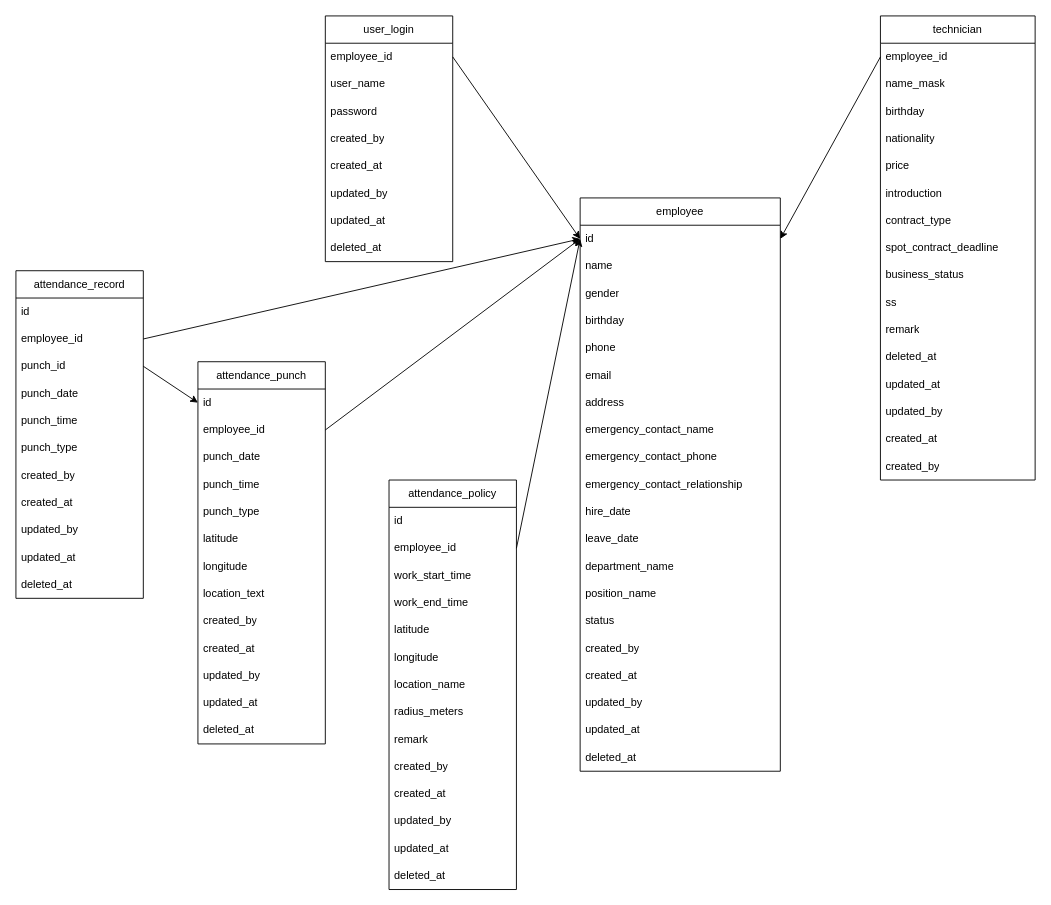
This is ER.drawio from s1991721/MatchSys, a draw.io file, before an edit. Source tidied: cells renumbered, new cells numbered last; positions are measured from the earlier drawing's top-left corner, leaving out a move shared by most shapes. Both pictures are drawn from the tidied source at 91%, with x=0, y=0 at pixel (15, 15).
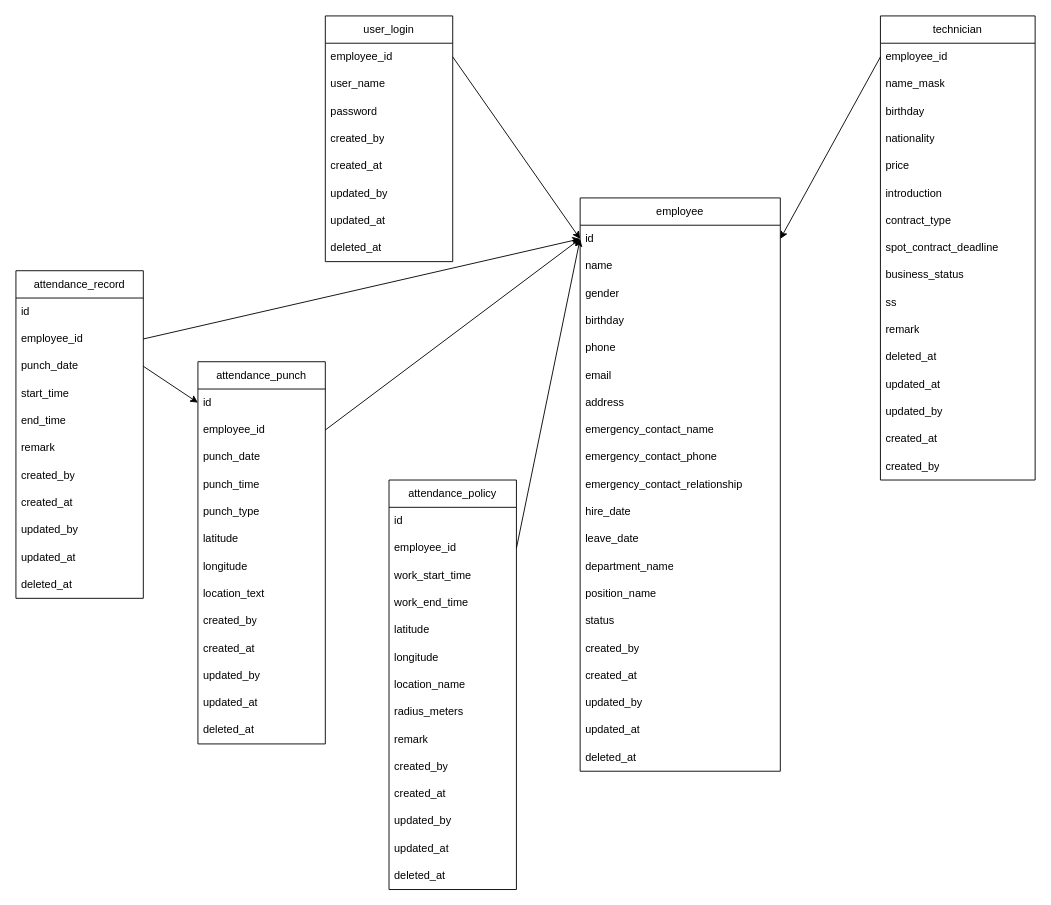
After the change.

Unchanged cells that the change refers to:
```xml
<mxCell id="52" value="id" style="text;strokeColor=none;fillColor=none;align=left;verticalAlign=middle;spacingLeft=4;spacingRight=4;overflow=hidden;points=[[0,0.5],[1,0.5]];portConstraint=eastwest;whiteSpace=wrap;html=1;" parent="51" vertex="1">
  <mxGeometry y="30" width="140" height="30" as="geometry" />
</mxCell>
<mxCell id="65" value="attendance_record" style="swimlane;fontStyle=0;horizontal=1;startSize=30;whiteSpace=wrap;html=1;" parent="1" vertex="1">
  <mxGeometry y="280" width="140" height="360" as="geometry" />
</mxCell>
```

What changed in the source:
```diff
@@
-    <mxCell id="68" value="&lt;span style=&quot;text-align: center;&quot;&gt;punch_id&lt;/span&gt;" style="text;strokeColor=none;fillColor=none;align=left;verticalAlign=middle;spacingLeft=4;spacingRight=4;overflow=hidden;points=[[0,0.5],[1,0.5]];portConstraint=eastwest;whiteSpace=wrap;html=1;" parent="65" vertex="1">
-      <mxGeometry y="90" width="140" height="30" as="geometry" />
-    </mxCell>
     <mxCell id="69" value="punch_date" style="text;strokeColor=none;fillColor=none;align=left;verticalAlign=middle;spacingLeft=4;spacingRight=4;overflow=hidden;whiteSpace=wrap;html=1;" parent="65" vertex="1">
-      <mxGeometry y="120" width="140" height="30" as="geometry" />
+      <mxGeometry y="90" width="140" height="30" as="geometry" />
     </mxCell>
-    <mxCell id="70" value="punch_time" style="text;strokeColor=none;fillColor=none;align=left;verticalAlign=middle;spacingLeft=4;spacingRight=4;overflow=hidden;whiteSpace=wrap;html=1;" parent="65" vertex="1">
-      <mxGeometry y="150" width="140" height="30" as="geometry" />
+    <mxCell id="70" value="start_time" style="text;strokeColor=none;fillColor=none;align=left;verticalAlign=middle;spacingLeft=4;spacingRight=4;overflow=hidden;whiteSpace=wrap;html=1;" parent="65" vertex="1">
+      <mxGeometry y="120" width="140" height="30" as="geometry" />
     </mxCell>
-    <mxCell id="71" value="punch_type" style="text;strokeColor=none;fillColor=none;align=left;verticalAlign=middle;spacingLeft=4;spacingRight=4;overflow=hidden;whiteSpace=wrap;html=1;" parent="65" vertex="1">
-      <mxGeometry y="180" width="140" height="30" as="geometry" />
+    <mxCell id="71" value="end_time" style="text;strokeColor=none;fillColor=none;align=left;verticalAlign=middle;spacingLeft=4;spacingRight=4;overflow=hidden;whiteSpace=wrap;html=1;" parent="65" vertex="1">
+      <mxGeometry y="150" width="140" height="30" as="geometry" />
     </mxCell>
+    <mxCell id="96" value="remark" style="text;strokeColor=none;fillColor=none;align=left;verticalAlign=middle;spacingLeft=4;spacingRight=4;overflow=hidden;whiteSpace=wrap;html=1;" parent="65" vertex="1">
+      <mxGeometry y="180" width="140" height="30" as="geometry" />
+    </mxCell>
@@
-    <mxCell id="77" style="rounded=0;jettySize=auto;html=1;exitX=1;exitY=0.5;exitDx=0;exitDy=0;entryX=0;entryY=0.5;entryDx=0;entryDy=0;" parent="1" edge="1" source="68" target="52">
-      <mxGeometry relative="1" as="geometry" />
+    <mxCell id="77" style="rounded=0;jettySize=auto;html=1;exitX=1;exitY=0.5;exitDx=0;exitDy=0;entryX=0;entryY=0.5;entryDx=0;entryDy=0;" parent="1" edge="1" target="52">
+      <mxGeometry relative="1" as="geometry">
+        <mxPoint x="140" y="385" as="sourcePoint" />
+      </mxGeometry>
     </mxCell>
```
